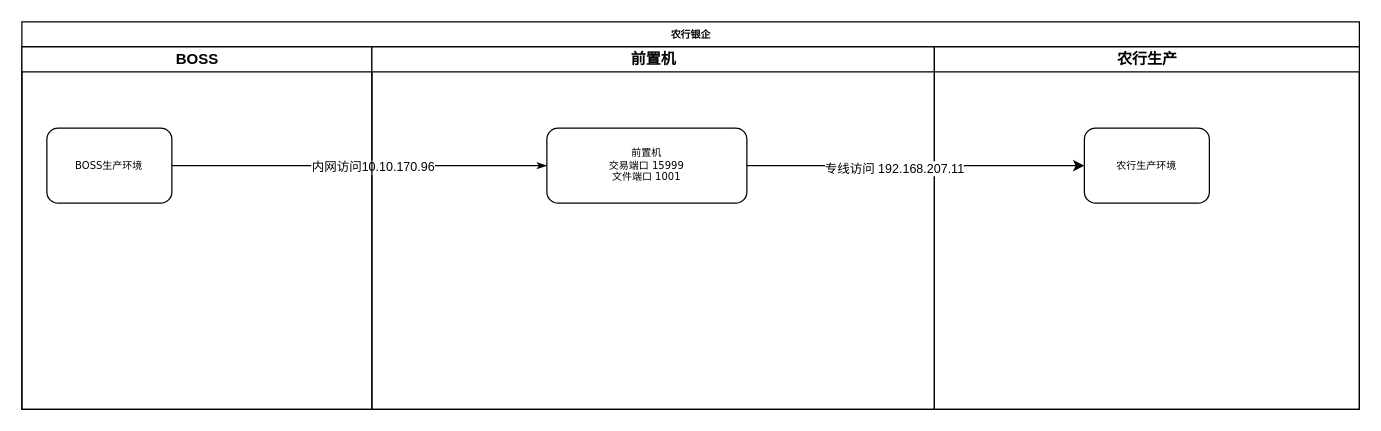
GitbookIO/gitbook keeps this draw.io diagram as 未命名绘图.drawio. Above is the earlier version. Source tidied: cells renumbered, new cells numbered last; positions are measured from the earlier drawing's top-left corner, leaving out a move shared by most shapes. Both pictures are drawn from the tidied source at 125%, with x=0, y=0 at pixel (21, 21).
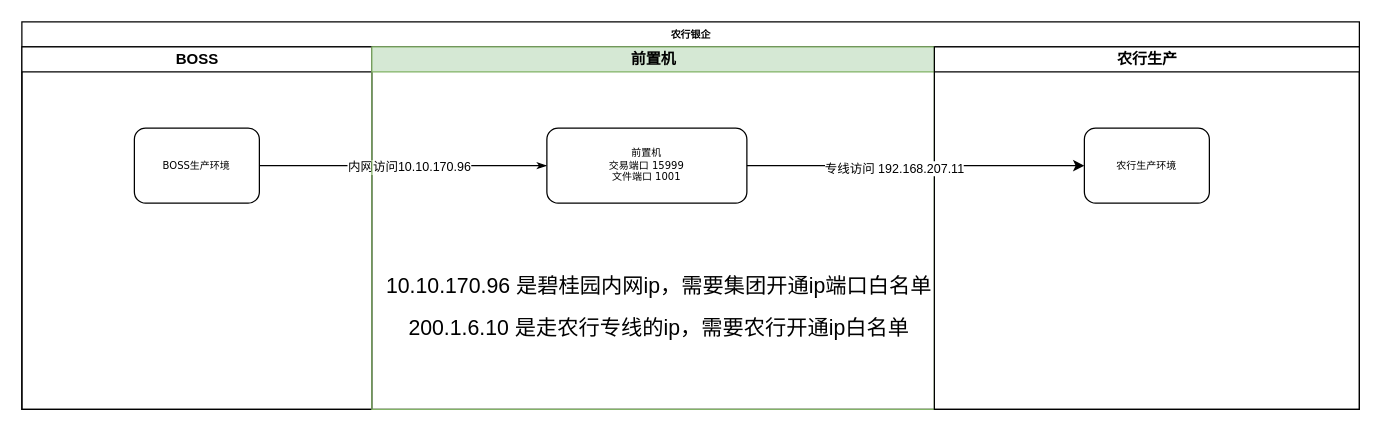
The same page after the edit.

Commit message (it also covers changes not shown here):
更新未命名绘图.drawio

What changed in the source:
```diff
@@
 <mxGraphModel>
   <root>
     <mxCell id="0" />
     <mxCell id="1" parent="0" />
     <mxCell id="2" value="农行银企" style="swimlane;html=1;startSize=20;rounded=0;shadow=0;labelBackgroundColor=none;strokeWidth=1;fontFamily=Verdana;fontSize=8;align=center;" parent="1" vertex="1">
       <mxGeometry width="1070" height="310" as="geometry" />
     </mxCell>
     <mxCell id="3" value="BOSS" style="swimlane;html=1;startSize=20;" parent="2" vertex="1">
       <mxGeometry y="20" width="280" height="290" as="geometry" />
     </mxCell>
     <mxCell id="4" value="BOSS生产环境" style="rounded=1;whiteSpace=wrap;html=1;shadow=0;labelBackgroundColor=none;strokeWidth=1;fontFamily=Verdana;fontSize=8;align=center;" parent="3" vertex="1">
-      <mxGeometry x="20" y="65" width="100" height="60" as="geometry" />
+      <mxGeometry x="90" y="65" width="100" height="60" as="geometry" />
     </mxCell>
     <mxCell id="5" style="edgeStyle=orthogonalEdgeStyle;rounded=1;html=1;labelBackgroundColor=none;startArrow=none;startFill=0;startSize=5;endArrow=classicThin;endFill=1;endSize=5;jettySize=auto;strokeWidth=1;fontFamily=Verdana;fontSize=8;" parent="2" edge="1" source="4" target="8">
       <mxGeometry relative="1" as="geometry" />
     </mxCell>
     <mxCell id="6" value="内网访问10.10.170.96" style="edgeLabel;html=1;align=center;verticalAlign=middle;fontSize=10;" parent="5" vertex="1">
       <mxGeometry x="0.18" y="1" relative="1" as="geometry">
         <mxPoint x="-17" y="1" as="offset" />
       </mxGeometry>
     </mxCell>
-    <mxCell id="7" value="前置机" style="swimlane;html=1;startSize=20;" parent="2" vertex="1">
+    <mxCell id="7" value="前置机" style="swimlane;html=1;startSize=20;fillColor=#d5e8d4;strokeColor=#82b366;" parent="2" vertex="1">
       <mxGeometry x="280" y="20" width="450" height="290" as="geometry" />
     </mxCell>
     <mxCell id="8" value="前置机&lt;br&gt;交易端口 15999&lt;br&gt;文件端口 1001" style="rounded=1;whiteSpace=wrap;html=1;shadow=0;labelBackgroundColor=none;strokeWidth=1;fontFamily=Verdana;fontSize=8;align=center;" parent="7" vertex="1">
       <mxGeometry x="140" y="65" width="160" height="60" as="geometry" />
     </mxCell>
+    <mxCell id="13" value="&lt;h1 style=&quot;&quot;&gt;&lt;span style=&quot;font-weight: normal; font-size: 17px;&quot;&gt;10.10.170.96 是碧桂园内网ip，需要集团开通ip端口白名单&lt;/span&gt;&lt;/h1&gt;&lt;div&gt;&lt;span style=&quot;font-weight: normal; font-size: 17px;&quot;&gt;200.1.6.10 是走农行专线的ip，需要农行开通ip白名单&lt;/span&gt;&lt;/div&gt;" style="text;html=1;strokeColor=none;fillColor=none;align=center;verticalAlign=middle;whiteSpace=wrap;rounded=0;fontSize=10;" parent="7" vertex="1">
+      <mxGeometry x="10" y="160" width="440" height="80" as="geometry" />
+    </mxCell>
     <mxCell id="9" value="农行生产" style="swimlane;html=1;startSize=20;" parent="2" vertex="1">
       <mxGeometry x="730" y="20" width="340" height="290" as="geometry" />
     </mxCell>
     <mxCell id="10" value="农行生产环境" style="rounded=1;whiteSpace=wrap;html=1;shadow=0;labelBackgroundColor=none;strokeWidth=1;fontFamily=Verdana;fontSize=8;align=center;" parent="9" vertex="1">
       <mxGeometry x="120" y="65" width="100" height="60" as="geometry" />
     </mxCell>
     <mxCell id="11" style="endArrow=classic;html=1;rounded=0;fontSize=10;entryX=0;entryY=0.5;entryDx=0;entryDy=0;exitX=1;exitY=0.5;exitDx=0;exitDy=0;" parent="2" edge="1" source="8" target="10">
       <mxGeometry relative="1" as="geometry" />
     </mxCell>
     <mxCell id="12" value="专线访问 192.168.207.11" style="edgeLabel;html=1;align=center;verticalAlign=middle;fontSize=10;" parent="11" vertex="1">
       <mxGeometry x="-0.13" y="-1" relative="1" as="geometry" />
     </mxCell>
   </root>
 </mxGraphModel>
```
